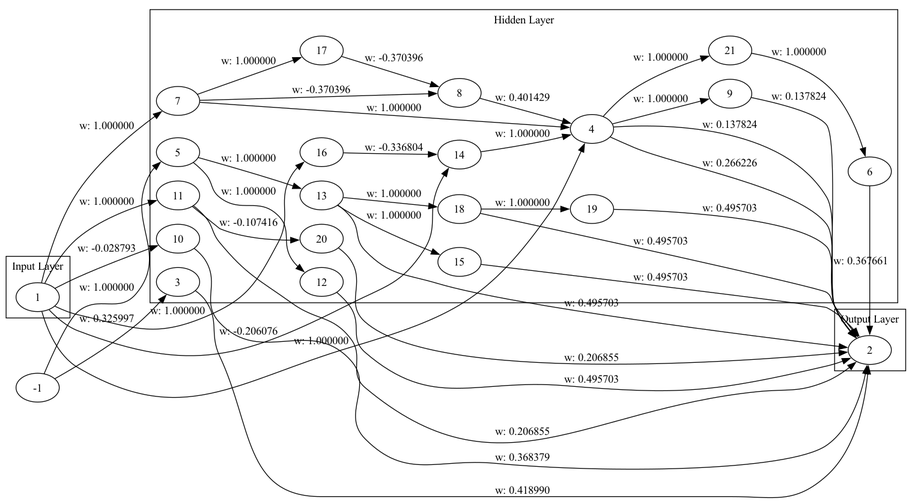
Earlier version of the Graphviz export genome_graph.png (malikAkurtz/TradingSystem). Its source is kept beside it as genome_graph.dot.
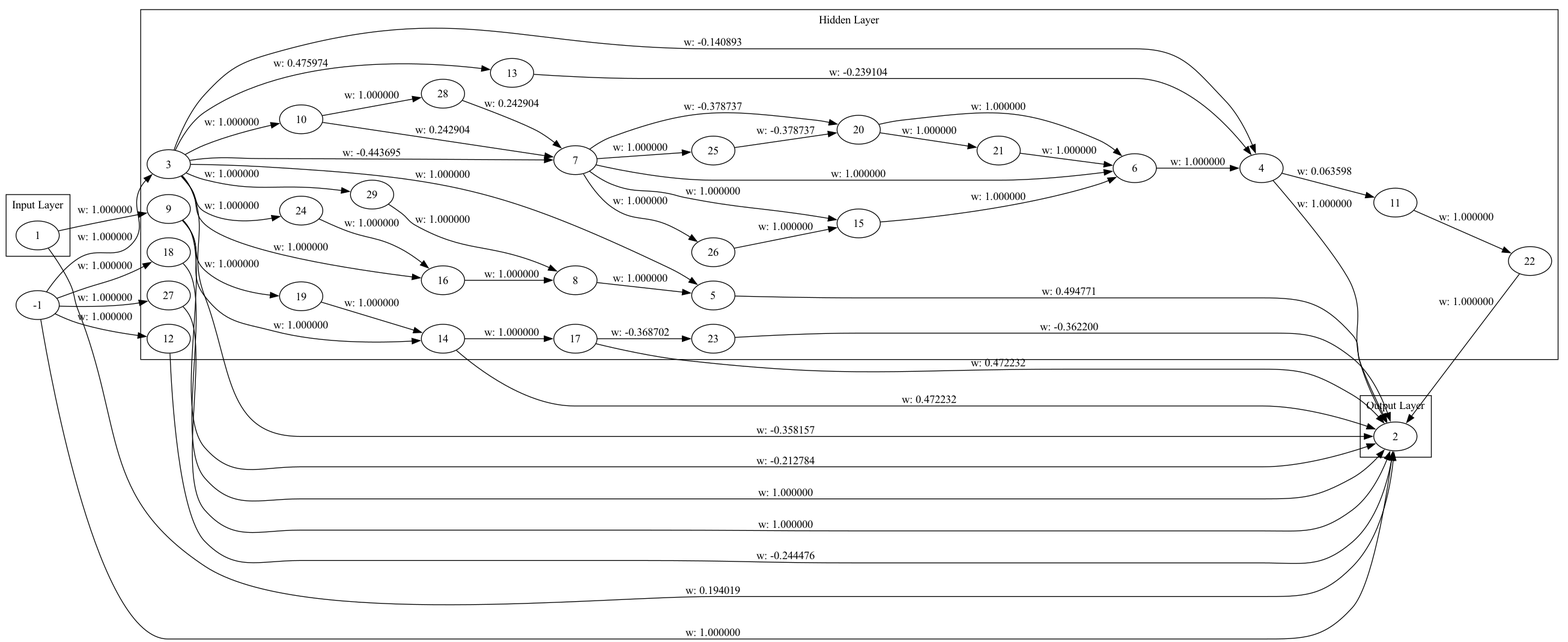
After the commit.

Change to the diagram source:
```diff
@@ -25,46 +25,70 @@
     19;
     20;
     21;
+    22;
+    23;
+    24;
+    25;
+    26;
+    27;
+    28;
+    29;
   }
   subgraph cluster_2 {
     label="Output Layer";
     2;
   }
-  -1 -> 3 [label="w: 0.325997"];
-  3 -> 2 [label="w: 0.418990"];
-  1 -> 4 [label="w: 1.000000"];
-  4 -> 2 [label="w: 0.266226"];
-  4 -> 2 [label="w: 0.137824"];
-  -1 -> 5 [label="w: 1.000000"];
-  6 -> 2 [label="w: 0.367661"];
-  1 -> 7 [label="w: 1.000000"];
-  7 -> 4 [label="w: 1.000000"];
-  7 -> 8 [label="w: -0.370396"];
-  8 -> 4 [label="w: 0.401429"];
-  4 -> 9 [label="w: 1.000000"];
-  9 -> 2 [label="w: 0.137824"];
-  1 -> 10 [label="w: -0.028793"];
-  10 -> 2 [label="w: 0.368379"];
-  1 -> 11 [label="w: 1.000000"];
-  11 -> 2 [label="w: 0.206855"];
-  5 -> 12 [label="w: 1.000000"];
-  12 -> 2 [label="w: 0.495703"];
-  5 -> 13 [label="w: 1.000000"];
-  13 -> 2 [label="w: 0.495703"];
-  1 -> 14 [label="w: -0.206076"];
-  14 -> 4 [label="w: 1.000000"];
-  13 -> 15 [label="w: 1.000000"];
-  15 -> 2 [label="w: 0.495703"];
-  1 -> 16 [label="w: 1.000000"];
-  16 -> 14 [label="w: -0.336804"];
-  7 -> 17 [label="w: 1.000000"];
-  17 -> 8 [label="w: -0.370396"];
-  13 -> 18 [label="w: 1.000000"];
-  18 -> 2 [label="w: 0.495703"];
-  18 -> 19 [label="w: 1.000000"];
-  19 -> 2 [label="w: 0.495703"];
-  11 -> 20 [label="w: -0.107416"];
-  20 -> 2 [label="w: 0.206855"];
-  4 -> 21 [label="w: 1.000000"];
+  1 -> 2 [label="w: 0.194019"];
+  -1 -> 2 [label="w: 1.000000"];
+  -1 -> 3 [label="w: 1.000000"];
+  3 -> 2 [label="w: -0.358157"];
+  3 -> 4 [label="w: -0.140893"];
+  4 -> 2 [label="w: 1.000000"];
+  3 -> 5 [label="w: 1.000000"];
+  5 -> 2 [label="w: 0.494771"];
+  6 -> 4 [label="w: 1.000000"];
+  3 -> 7 [label="w: -0.443695"];
+  7 -> 6 [label="w: 1.000000"];
+  8 -> 5 [label="w: 1.000000"];
+  1 -> 9 [label="w: 1.000000"];
+  9 -> 2 [label="w: -0.212784"];
+  3 -> 10 [label="w: 1.000000"];
+  10 -> 7 [label="w: 0.242904"];
+  4 -> 11 [label="w: 0.063598"];
+  -1 -> 12 [label="w: 1.000000"];
+  12 -> 2 [label="w: -0.244476"];
+  3 -> 13 [label="w: 0.475974"];
+  13 -> 4 [label="w: -0.239104"];
+  9 -> 14 [label="w: 1.000000"];
+  14 -> 2 [label="w: 0.472232"];
+  7 -> 15 [label="w: 1.000000"];
+  15 -> 6 [label="w: 1.000000"];
+  3 -> 16 [label="w: 1.000000"];
+  16 -> 8 [label="w: 1.000000"];
+  14 -> 17 [label="w: 1.000000"];
+  17 -> 2 [label="w: 0.472232"];
+  -1 -> 18 [label="w: 1.000000"];
+  18 -> 2 [label="w: 1.000000"];
+  9 -> 19 [label="w: 1.000000"];
+  19 -> 14 [label="w: 1.000000"];
+  7 -> 20 [label="w: -0.378737"];
+  20 -> 6 [label="w: 1.000000"];
+  20 -> 21 [label="w: 1.000000"];
   21 -> 6 [label="w: 1.000000"];
+  11 -> 22 [label="w: 1.000000"];
+  22 -> 2 [label="w: 1.000000"];
+  17 -> 23 [label="w: -0.368702"];
+  23 -> 2 [label="w: -0.362200"];
+  3 -> 24 [label="w: 1.000000"];
+  24 -> 16 [label="w: 1.000000"];
+  7 -> 25 [label="w: 1.000000"];
+  25 -> 20 [label="w: -0.378737"];
+  7 -> 26 [label="w: 1.000000"];
+  26 -> 15 [label="w: 1.000000"];
+  -1 -> 27 [label="w: 1.000000"];
+  27 -> 2 [label="w: 1.000000"];
+  10 -> 28 [label="w: 1.000000"];
+  28 -> 7 [label="w: 0.242904"];
+  3 -> 29 [label="w: 1.000000"];
+  29 -> 8 [label="w: 1.000000"];
 }
```
